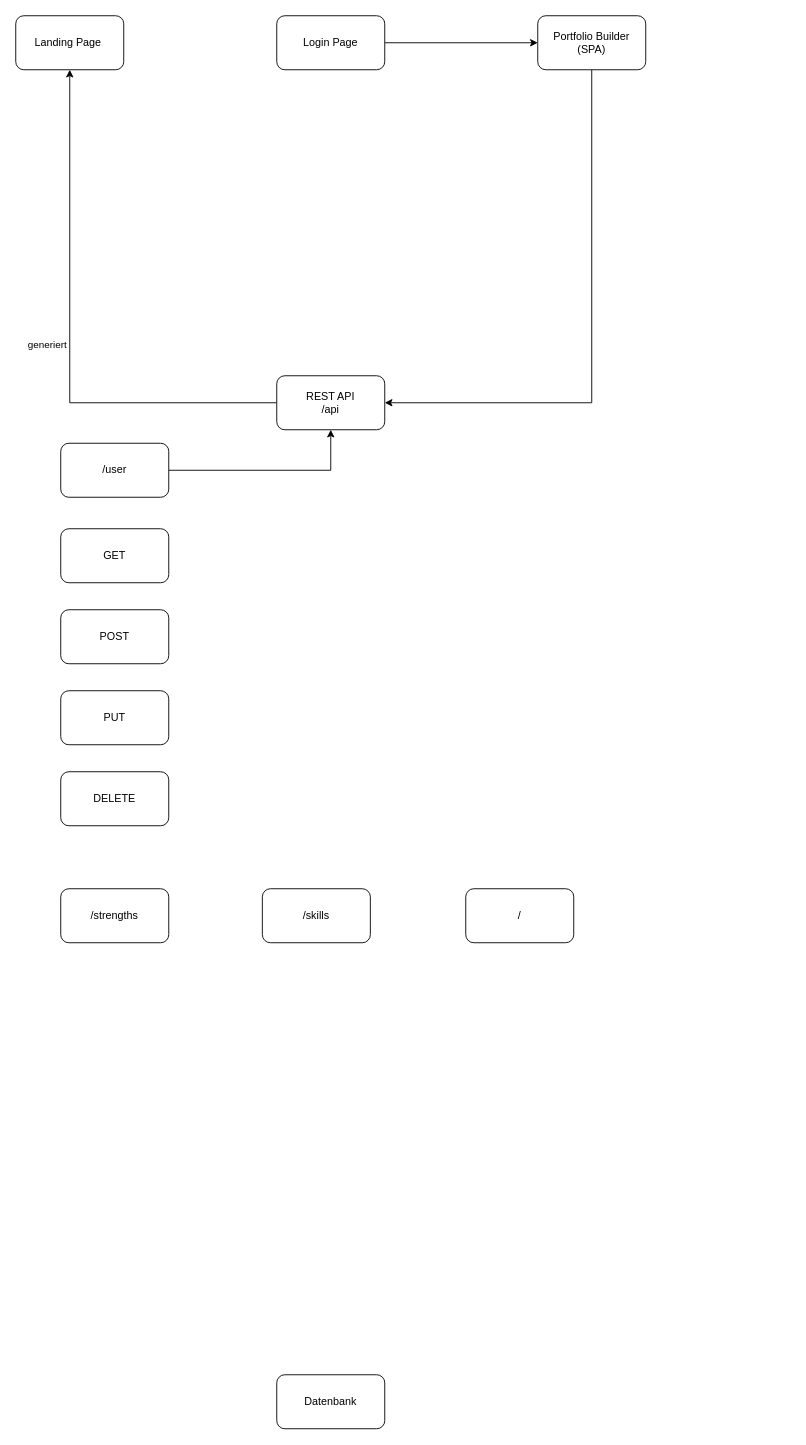
The draw.io diagram portfolio-builder.drawio in BennyDeeDev/personal-mern-portfolio, before the edit. Source tidied: cells renumbered, new cells numbered last; positions are measured from the earlier drawing's top-left corner, leaving out a move shared by most shapes. Both pictures are drawn from the tidied source at 90%, with x=0, y=0 at pixel (15, 15).
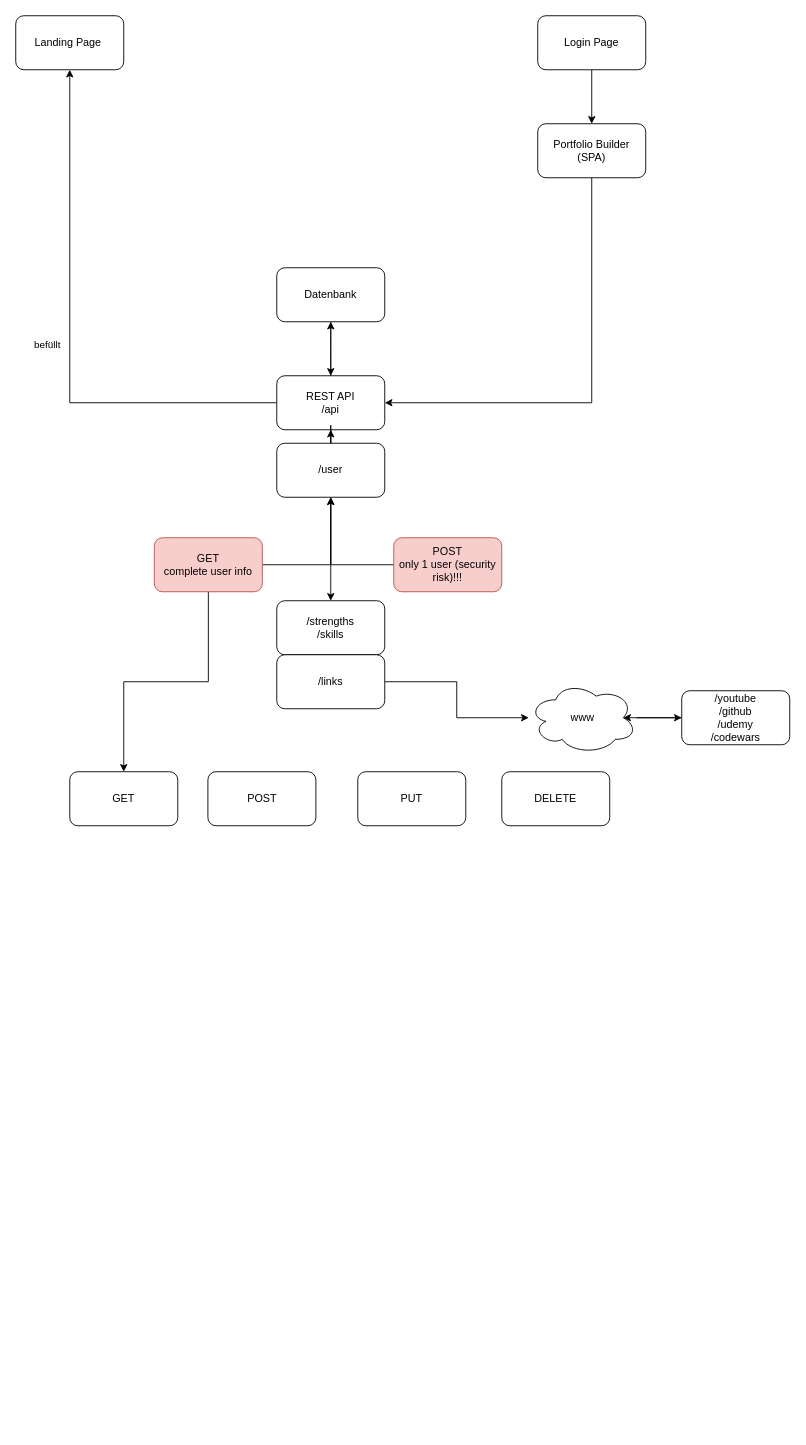
The same diagram, later.

The change refers to these unchanged cells:
```xml
<mxCell id="3" style="edgeStyle=orthogonalEdgeStyle;rounded=0;jettySize=auto;html=1;entryX=0.5;entryY=1;entryDx=0;entryDy=0;" parent="1" edge="1" source="5" target="6">
  <mxGeometry relative="1" as="geometry" />
</mxCell>
<mxCell id="5" value="REST API&lt;br&gt;/api" style="rounded=1;whiteSpace=wrap;html=1;" parent="1" vertex="1">
  <mxGeometry x="290" y="400" width="120" height="60" as="geometry" />
</mxCell>
```

What changed in the source:
```diff
@@
-    <mxCell id="2" value="Datenbank" style="rounded=1;whiteSpace=wrap;html=1;" parent="1" vertex="1">
-      <mxGeometry x="290" y="1510" width="120" height="60" as="geometry" />
-    </mxCell>
@@
-    <mxCell id="4" value="generiert" style="edgeLabel;html=1;align=center;verticalAlign=middle;" parent="3" vertex="1">
+    <mxCell id="4" value="befüllt" style="edgeLabel;html=1;align=center;verticalAlign=middle;" parent="3" vertex="1">
       <mxGeometry x="-0.07" y="13" relative="1" as="geometry">
         <mxPoint x="-13" y="-16" as="offset" />
       </mxGeometry>
     </mxCell>
+    <mxCell id="20" style="edgeStyle=orthogonalEdgeStyle;rounded=0;jettySize=auto;html=1;entryX=0.5;entryY=1;entryDx=0;entryDy=0;" parent="1" edge="1" source="5" target="2">
+      <mxGeometry relative="1" as="geometry" />
+    </mxCell>
@@
-    <mxCell id="7" style="edgeStyle=orthogonalEdgeStyle;rounded=0;jettySize=auto;html=1;entryX=0;entryY=0.5;entryDx=0;entryDy=0;" parent="1" edge="1" source="8" target="10">
+    <mxCell id="7" style="edgeStyle=orthogonalEdgeStyle;rounded=0;jettySize=auto;html=1;" parent="1" edge="1" source="8" target="10">
       <mxGeometry relative="1" as="geometry" />
     </mxCell>
     <mxCell id="8" value="Login Page" style="rounded=1;whiteSpace=wrap;html=1;" parent="1" vertex="1">
-      <mxGeometry x="290" width="120" height="60" as="geometry" />
+      <mxGeometry x="580" width="120" height="60" as="geometry" />
     </mxCell>
@@
     <mxCell id="10" value="Portfolio Builder (SPA)" style="rounded=1;whiteSpace=wrap;html=1;" parent="1" vertex="1">
-      <mxGeometry x="580" width="120" height="60" as="geometry" />
+      <mxGeometry x="580" y="120" width="120" height="60" as="geometry" />
     </mxCell>
@@
+    <mxCell id="21" style="edgeStyle=orthogonalEdgeStyle;rounded=0;jettySize=auto;html=1;entryX=0.5;entryY=0;entryDx=0;entryDy=0;" parent="1" edge="1" source="12" target="17">
+      <mxGeometry relative="1" as="geometry" />
+    </mxCell>
     <mxCell id="12" value="/user" style="rounded=1;whiteSpace=wrap;html=1;" parent="1" vertex="1">
-      <mxGeometry x="50" y="475" width="120" height="60" as="geometry" />
+      <mxGeometry x="290" y="475" width="120" height="60" as="geometry" />
     </mxCell>
+    <mxCell id="22" style="edgeStyle=orthogonalEdgeStyle;rounded=0;jettySize=auto;html=1;entryX=0.5;entryY=1;entryDx=0;entryDy=0;" parent="1" edge="1" source="13" target="12">
+      <mxGeometry relative="1" as="geometry" />
+    </mxCell>
+    <mxCell id="23" style="edgeStyle=orthogonalEdgeStyle;rounded=0;jettySize=auto;html=1;entryX=0.5;entryY=0;entryDx=0;entryDy=0;" parent="1" edge="1" source="13" target="25">
+      <mxGeometry relative="1" as="geometry" />
+    </mxCell>
-    <mxCell id="13" value="GET" style="rounded=1;whiteSpace=wrap;html=1;" parent="1" vertex="1">
-      <mxGeometry x="50" y="570" width="120" height="60" as="geometry" />
+    <mxCell id="13" value="GET&lt;br&gt;complete user info" style="rounded=1;whiteSpace=wrap;html=1;fillColor=#f8cecc;strokeColor=#b85450;" parent="1" vertex="1">
+      <mxGeometry x="154" y="580" width="120" height="60" as="geometry" />
     </mxCell>
+    <mxCell id="24" style="edgeStyle=orthogonalEdgeStyle;rounded=0;jettySize=auto;html=1;entryX=0.5;entryY=1;entryDx=0;entryDy=0;" parent="1" edge="1" source="14" target="12">
+      <mxGeometry relative="1" as="geometry" />
+    </mxCell>
-    <mxCell id="14" value="POST" style="rounded=1;whiteSpace=wrap;html=1;" parent="1" vertex="1">
-      <mxGeometry x="50" y="660" width="120" height="60" as="geometry" />
+    <mxCell id="14" value="POST&lt;br&gt;only 1 user (security risk)!!!" style="rounded=1;whiteSpace=wrap;html=1;fillColor=#f8cecc;strokeColor=#b85450;" parent="1" vertex="1">
+      <mxGeometry x="420" y="580" width="120" height="60" as="geometry" />
     </mxCell>
+    <mxCell id="17" value="/strengths&lt;br&gt;/skills&lt;br&gt;" style="rounded=1;whiteSpace=wrap;html=1;" parent="1" vertex="1">
+      <mxGeometry x="290" y="650" width="120" height="60" as="geometry" />
+    </mxCell>
+    <mxCell id="25" value="GET" style="rounded=1;whiteSpace=wrap;html=1;" parent="1" vertex="1">
+      <mxGeometry x="60" y="840" width="120" height="60" as="geometry" />
+    </mxCell>
+    <mxCell id="26" value="POST" style="rounded=1;whiteSpace=wrap;html=1;" parent="1" vertex="1">
+      <mxGeometry x="213.5" y="840" width="120" height="60" as="geometry" />
+    </mxCell>
-    <mxCell id="15" value="DELETE" style="rounded=1;whiteSpace=wrap;html=1;" parent="1" vertex="1">
-      <mxGeometry x="50" y="840" width="120" height="60" as="geometry" />
+    <mxCell id="15" value="DELETE&lt;br&gt;" style="rounded=1;whiteSpace=wrap;html=1;" parent="1" vertex="1">
+      <mxGeometry x="540" y="840" width="120" height="60" as="geometry" />
     </mxCell>
-    <mxCell id="16" value="PUT" style="rounded=1;whiteSpace=wrap;html=1;" parent="1" vertex="1">
-      <mxGeometry x="50" y="750" width="120" height="60" as="geometry" />
+    <mxCell id="16" value="PUT&lt;br&gt;" style="rounded=1;whiteSpace=wrap;html=1;" parent="1" vertex="1">
+      <mxGeometry x="380" y="840" width="120" height="60" as="geometry" />
     </mxCell>
-    <mxCell id="17" value="/strengths" style="rounded=1;whiteSpace=wrap;html=1;" parent="1" vertex="1">
-      <mxGeometry x="50" y="970" width="120" height="60" as="geometry" />
-    </mxCell>
-    <mxCell id="18" value="/skills" style="rounded=1;whiteSpace=wrap;html=1;" parent="1" vertex="1">
-      <mxGeometry x="274" y="970" width="120" height="60" as="geometry" />
-    </mxCell>
-    <mxCell id="19" value="/" style="rounded=1;whiteSpace=wrap;html=1;" parent="1" vertex="1">
-      <mxGeometry x="500" y="970" width="120" height="60" as="geometry" />
-    </mxCell>
+    <mxCell id="27" style="edgeStyle=orthogonalEdgeStyle;rounded=0;jettySize=auto;html=1;" parent="1" edge="1" source="28" target="32">
+      <mxGeometry relative="1" as="geometry" />
+    </mxCell>
+    <mxCell id="28" value="/links" style="rounded=1;whiteSpace=wrap;html=1;" parent="1" vertex="1">
+      <mxGeometry x="290" y="710" width="120" height="60" as="geometry" />
+    </mxCell>
+    <mxCell id="29" style="edgeStyle=orthogonalEdgeStyle;rounded=0;jettySize=auto;html=1;entryX=0.875;entryY=0.5;entryDx=0;entryDy=0;entryPerimeter=0;" parent="1" edge="1" source="30" target="32">
+      <mxGeometry relative="1" as="geometry" />
+    </mxCell>
+    <mxCell id="30" value="/youtube&lt;br&gt;/github&lt;br&gt;/udemy&lt;br&gt;/codewars" style="rounded=1;whiteSpace=wrap;html=1;" parent="1" vertex="1">
+      <mxGeometry x="740" y="750" width="120" height="60" as="geometry" />
+    </mxCell>
+    <mxCell id="31" style="edgeStyle=orthogonalEdgeStyle;rounded=0;jettySize=auto;html=1;" parent="1" edge="1" source="32" target="30">
+      <mxGeometry relative="1" as="geometry" />
+    </mxCell>
+    <mxCell id="32" value="www" style="ellipse;shape=cloud;whiteSpace=wrap;html=1;" parent="1" vertex="1">
+      <mxGeometry x="570" y="740" width="120" height="80" as="geometry" />
+    </mxCell>
+    <mxCell id="33" style="edgeStyle=orthogonalEdgeStyle;rounded=0;jettySize=auto;html=1;" parent="1" edge="1" source="2">
+      <mxGeometry relative="1" as="geometry">
+        <mxPoint x="350" y="400" as="targetPoint" />
+      </mxGeometry>
+    </mxCell>
+    <mxCell id="2" value="Datenbank" style="rounded=1;whiteSpace=wrap;html=1;" parent="1" vertex="1">
+      <mxGeometry x="290" y="280" width="120" height="60" as="geometry" />
+    </mxCell>
```
